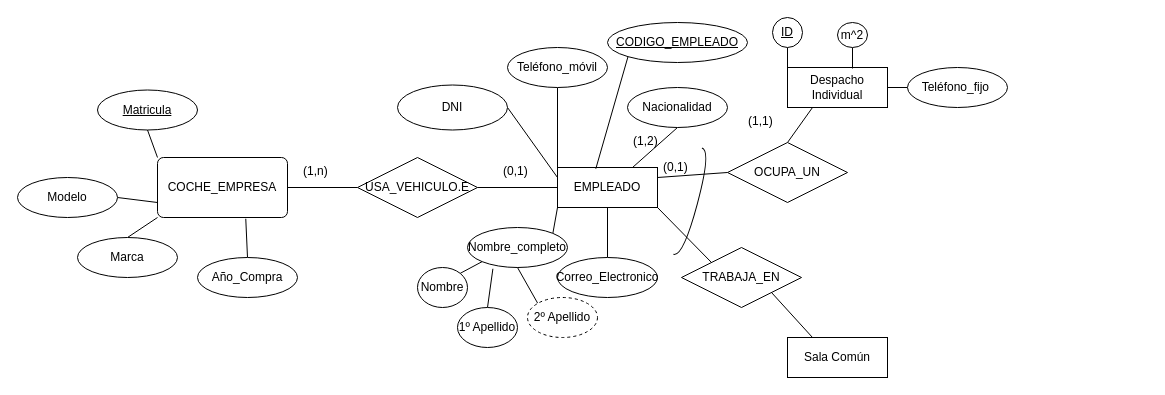
Ercamarero/Draw.io keeps this draw.io diagram as Ejercicio 1 practica 0.drawio. Above is the earlier version. Source tidied: cells renumbered, new cells numbered last; positions are measured from the earlier drawing's top-left corner, leaving out a move shared by most shapes. Both pictures are drawn from the tidied source at 100%, with x=0, y=0 at pixel (17, 17).
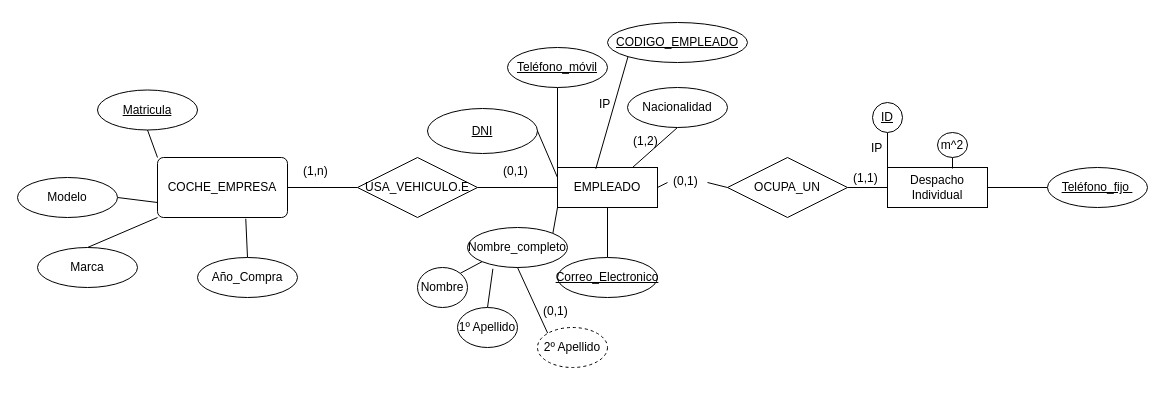
The same page after the edit.

Unchanged cells that the change refers to:
```xml
<mxCell id="4" value="EMPLEADO" style="whiteSpace=wrap;html=1;align=center;" parent="1" vertex="1">
  <mxGeometry x="540" y="150" width="100" height="40" as="geometry" />
</mxCell>
```

Diff of the diagram source:
```diff
@@
-    <mxCell id="2" style="edgeStyle=none;rounded=0;jettySize=auto;html=1;exitX=1;exitY=0.25;exitDx=0;exitDy=0;entryX=0;entryY=0.5;entryDx=0;entryDy=0;endArrow=none;endFill=0;" parent="1" edge="1" source="4" target="20">
-      <mxGeometry relative="1" as="geometry" />
-    </mxCell>
-    <mxCell id="3" style="edgeStyle=none;rounded=0;jettySize=auto;html=1;exitX=1;exitY=1;exitDx=0;exitDy=0;entryX=0;entryY=0;entryDx=0;entryDy=0;endArrow=none;endFill=0;" parent="1" edge="1" source="4" target="23">
-      <mxGeometry relative="1" as="geometry" />
-    </mxCell>
+    <mxCell id="54" style="rounded=0;jettySize=auto;html=1;exitX=1;exitY=0.5;exitDx=0;exitDy=0;entryX=0;entryY=0.5;entryDx=0;entryDy=0;endArrow=none;endFill=0;startArrow=none;" parent="1" edge="1" source="27" target="20">
+      <mxGeometry relative="1" as="geometry" />
+    </mxCell>
@@
-    <mxCell id="6" value="DNI" style="ellipse;whiteSpace=wrap;html=1;align=center;" parent="1" vertex="1">
-      <mxGeometry x="380" y="67.5" width="110" height="45" as="geometry" />
+    <mxCell id="6" value="&lt;u&gt;DNI&lt;/u&gt;" style="ellipse;whiteSpace=wrap;html=1;align=center;" parent="1" vertex="1">
+      <mxGeometry x="410" y="91" width="110" height="45" as="geometry" />
     </mxCell>
@@
-    <mxCell id="10" value="Correo_Electronico" style="ellipse;whiteSpace=wrap;html=1;align=center;" parent="1" vertex="1">
+    <mxCell id="10" value="&lt;u&gt;Correo_Electronico&lt;/u&gt;" style="ellipse;whiteSpace=wrap;html=1;align=center;" parent="1" vertex="1">
       <mxGeometry x="540" y="240" width="100" height="40" as="geometry" />
     </mxCell>
@@
-    <mxCell id="12" value="Teléfono_móvil" style="ellipse;whiteSpace=wrap;html=1;align=center;" parent="1" vertex="1">
+    <mxCell id="12" value="&lt;u&gt;Teléfono_móvil&lt;/u&gt;" style="ellipse;whiteSpace=wrap;html=1;align=center;" parent="1" vertex="1">
       <mxGeometry x="490" y="30" width="100" height="40" as="geometry" />
     </mxCell>
@@
     <mxCell id="17" value="Despacho&lt;br&gt;Individual" style="whiteSpace=wrap;html=1;align=center;" parent="1" vertex="1">
-      <mxGeometry x="770" y="50" width="100" height="40" as="geometry" />
+      <mxGeometry x="870" y="150" width="100" height="40" as="geometry" />
     </mxCell>
-    <mxCell id="18" value="Sala Común" style="whiteSpace=wrap;html=1;align=center;" parent="1" vertex="1">
-      <mxGeometry x="770" y="320" width="100" height="40" as="geometry" />
-    </mxCell>
-    <mxCell id="19" style="edgeStyle=none;rounded=0;jettySize=auto;html=1;exitX=0.5;exitY=0;exitDx=0;exitDy=0;entryX=0.25;entryY=1;entryDx=0;entryDy=0;endArrow=none;endFill=0;" parent="1" edge="1" source="20" target="17">
+    <mxCell id="19" style="edgeStyle=none;rounded=0;jettySize=auto;html=1;exitX=1;exitY=0.5;exitDx=0;exitDy=0;entryX=0;entryY=0.5;entryDx=0;entryDy=0;endArrow=none;endFill=0;" parent="1" edge="1" source="20" target="17">
       <mxGeometry relative="1" as="geometry" />
     </mxCell>
     <mxCell id="20" value="OCUPA_UN" style="shape=rhombus;perimeter=rhombusPerimeter;whiteSpace=wrap;html=1;align=center;" parent="1" vertex="1">
-      <mxGeometry x="710" y="125" width="120" height="60" as="geometry" />
+      <mxGeometry x="710" y="140" width="120" height="60" as="geometry" />
     </mxCell>
-    <mxCell id="21" style="shape=requiredInterface;html=1;verticalLabelPosition=bottom;sketch=0;rotation=15;" parent="1" vertex="1">
-      <mxGeometry x="670" y="130" width="10" height="110" as="geometry" />
-    </mxCell>
-    <mxCell id="22" style="edgeStyle=none;rounded=0;jettySize=auto;html=1;exitX=1;exitY=1;exitDx=0;exitDy=0;entryX=0.25;entryY=0;entryDx=0;entryDy=0;endArrow=none;endFill=0;" parent="1" edge="1" source="23" target="18">
-      <mxGeometry relative="1" as="geometry" />
-    </mxCell>
-    <mxCell id="23" value="TRABAJA_EN" style="shape=rhombus;perimeter=rhombusPerimeter;whiteSpace=wrap;html=1;align=center;" parent="1" vertex="1">
-      <mxGeometry x="664" y="230" width="120" height="60" as="geometry" />
-    </mxCell>
@@
     <mxCell id="25" value="&lt;u&gt;ID&lt;/u&gt;" style="ellipse;whiteSpace=wrap;html=1;align=center;" parent="1" vertex="1">
-      <mxGeometry x="755" width="30" height="30" as="geometry" />
+      <mxGeometry x="855" y="85" width="30" height="30" as="geometry" />
     </mxCell>
     <mxCell id="26" value="(1,1)" style="text;strokeColor=none;fillColor=none;spacingLeft=4;spacingRight=4;overflow=hidden;fontSize=12;" parent="1" vertex="1">
-      <mxGeometry x="725" y="90" width="40" height="30" as="geometry" />
+      <mxGeometry x="830" y="147" width="40" height="30" as="geometry" />
     </mxCell>
-    <mxCell id="27" value="(0,1)" style="text;strokeColor=none;fillColor=none;spacingLeft=4;spacingRight=4;overflow=hidden;points=[[0,0.5],[1,0.5]];portConstraint=eastwest;fontSize=12;" parent="1" vertex="1">
-      <mxGeometry x="640" y="136" width="40" height="30" as="geometry" />
-    </mxCell>
@@
     <mxCell id="29" value="m^2" style="ellipse;whiteSpace=wrap;html=1;align=center;" parent="1" vertex="1">
-      <mxGeometry x="820" y="5" width="30" height="25" as="geometry" />
+      <mxGeometry x="920" y="115" width="30" height="25" as="geometry" />
     </mxCell>
-    <mxCell id="30" value="Teléfono_fijo&amp;nbsp;" style="ellipse;whiteSpace=wrap;html=1;align=center;" parent="1" vertex="1">
-      <mxGeometry x="890" y="50" width="100" height="40" as="geometry" />
+    <mxCell id="30" value="&lt;u&gt;Teléfono_fijo&amp;nbsp;&lt;/u&gt;" style="ellipse;whiteSpace=wrap;html=1;align=center;" parent="1" vertex="1">
+      <mxGeometry x="1030" y="150" width="100" height="40" as="geometry" />
     </mxCell>
@@
     <mxCell id="37" value="2º Apellido" style="ellipse;whiteSpace=wrap;html=1;align=center;dashed=1;" parent="1" vertex="1">
-      <mxGeometry x="510" y="280" width="70" height="40" as="geometry" />
+      <mxGeometry x="520" y="310" width="70" height="40" as="geometry" />
     </mxCell>
@@
     <mxCell id="51" value="Marca" style="ellipse;whiteSpace=wrap;html=1;align=center;" parent="1" vertex="1">
-      <mxGeometry x="60" y="220" width="100" height="40" as="geometry" />
+      <mxGeometry x="20" y="230" width="100" height="40" as="geometry" />
     </mxCell>
@@
+    <mxCell id="55" value="IP" style="text;strokeColor=none;fillColor=none;spacingLeft=4;spacingRight=4;overflow=hidden;fontSize=12;" parent="1" vertex="1">
+      <mxGeometry x="848" y="117" width="40" height="30" as="geometry" />
+    </mxCell>
+    <mxCell id="56" value="IP&#10;" style="text;strokeColor=none;fillColor=none;spacingLeft=4;spacingRight=4;overflow=hidden;fontSize=12;" parent="1" vertex="1">
+      <mxGeometry x="576" y="73" width="40" height="30" as="geometry" />
+    </mxCell>
+    <mxCell id="27" value="(0,1)" style="text;strokeColor=none;fillColor=none;spacingLeft=4;spacingRight=4;overflow=hidden;points=[[0,0.5],[1,0.5]];portConstraint=eastwest;fontSize=12;" parent="1" vertex="1">
+      <mxGeometry x="650" y="150" width="40" height="30" as="geometry" />
+    </mxCell>
+    <mxCell id="57" style="rounded=0;jettySize=auto;html=1;exitX=1;exitY=0.5;exitDx=0;exitDy=0;entryX=0;entryY=0.5;entryDx=0;entryDy=0;endArrow=none;endFill=0;" parent="1" edge="1" source="4" target="27">
+      <mxGeometry relative="1" as="geometry" />
+    </mxCell>
+    <mxCell id="58" value="(0,1)" style="text;strokeColor=none;fillColor=none;spacingLeft=4;spacingRight=4;overflow=hidden;fontSize=12;" parent="1" vertex="1">
+      <mxGeometry x="520" y="280" width="40" height="30" as="geometry" />
+    </mxCell>
```
